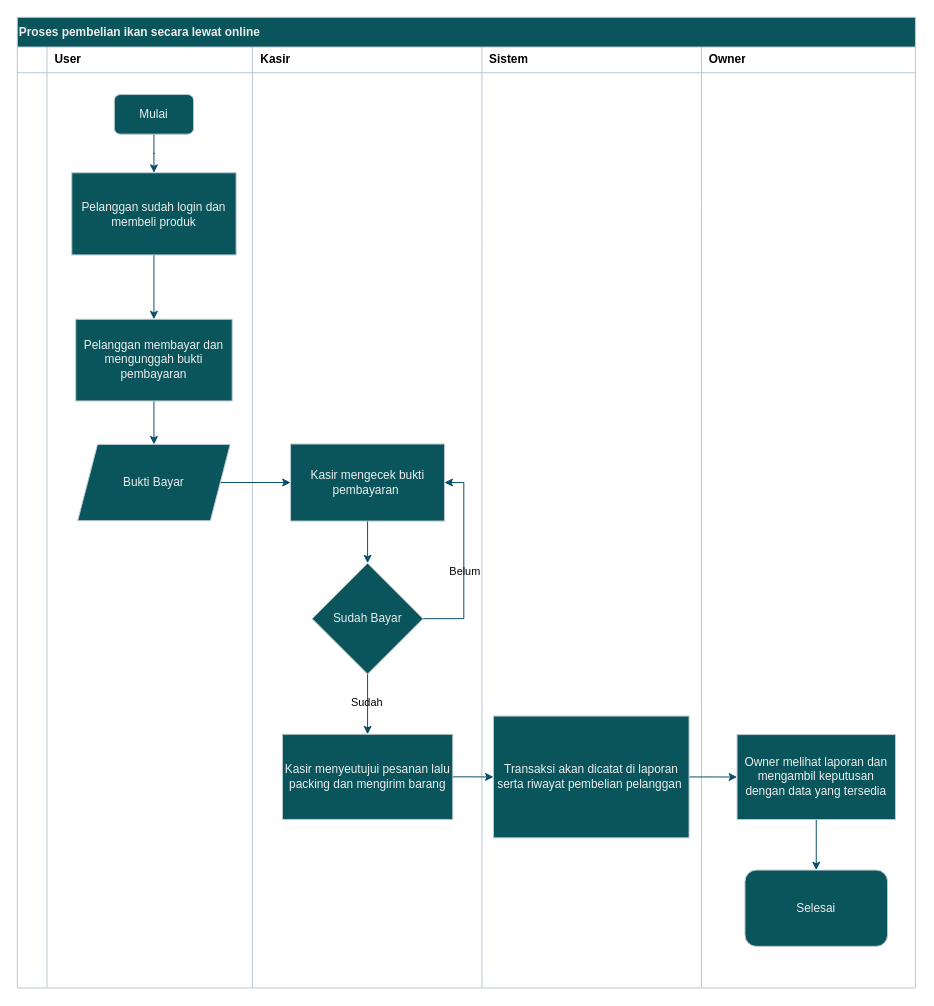
Above: beli onlien.drawio in shinoaaa/drawio (draw.io), before the change. Source tidied: cells renumbered, new cells numbered last; positions are measured from the earlier drawing's top-left corner, leaving out a move shared by most shapes. Both pictures are drawn from the tidied source at 99%, with x=0, y=0 at pixel (17, 17).
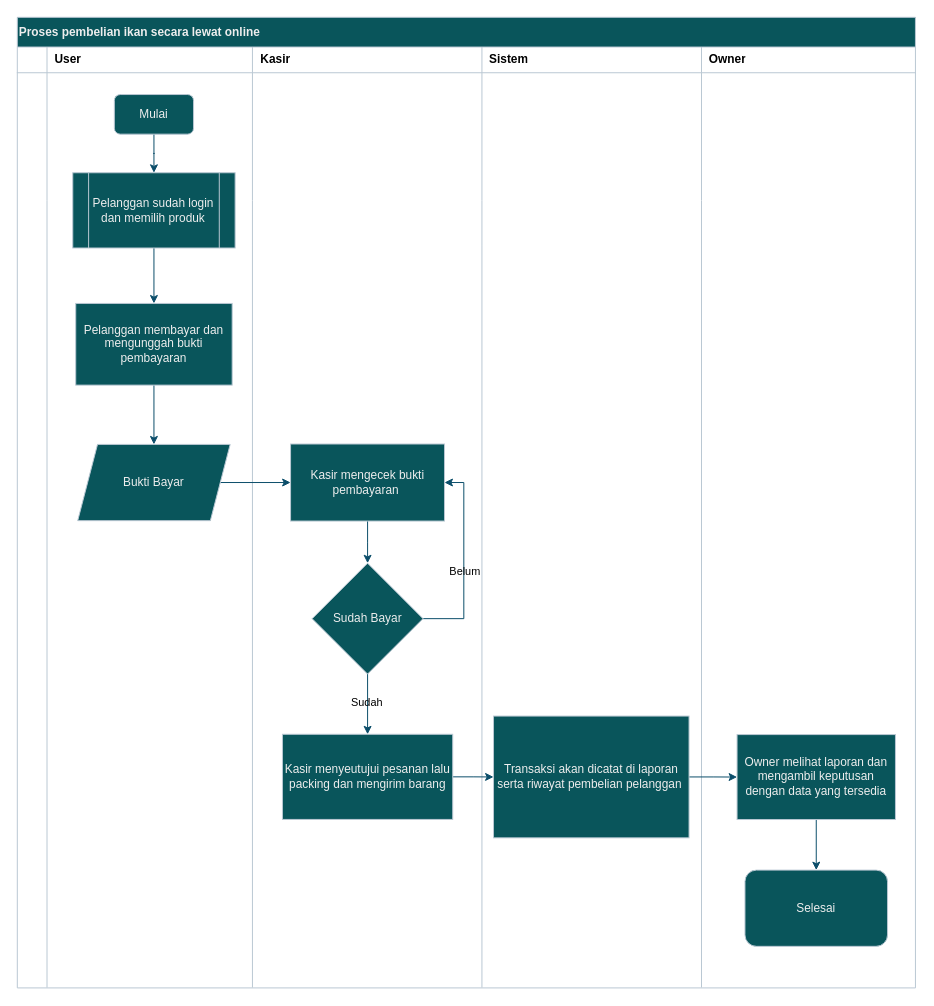
After the change.

The change refers to these unchanged cells:
```xml
<mxCell id="28" value="&lt;font&gt;Mulai&lt;/font&gt;" style="rounded=1;whiteSpace=wrap;html=1;fillColor=#09555B;fontColor=#EEEEEE;strokeColor=#BAC8D3;labelBackgroundColor=none;" parent="1" vertex="1">
  <mxGeometry x="98" y="78" width="80" height="40" as="geometry" />
</mxCell>
```

Change to the diagram source:
```diff
@@
-    <mxCell id="27" style="edgeStyle=orthogonalEdgeStyle;rounded=0;jettySize=auto;html=1;entryX=0.5;entryY=0;entryDx=0;entryDy=0;strokeColor=#0B4D6A;" parent="1" edge="1" source="28" target="30">
+    <mxCell id="27" style="edgeStyle=orthogonalEdgeStyle;rounded=0;jettySize=auto;html=1;strokeColor=#0B4D6A;entryX=0.5;entryY=0;entryDx=0;entryDy=0;" parent="1" edge="1" source="28" target="49">
       <mxGeometry relative="1" as="geometry" />
     </mxCell>
@@
-    <mxCell id="29" style="edgeStyle=orthogonalEdgeStyle;rounded=0;jettySize=auto;html=1;entryX=0.5;entryY=0;entryDx=0;entryDy=0;strokeColor=#0B4D6A;" parent="1" edge="1" source="30" target="32">
+    <mxCell id="29" style="edgeStyle=orthogonalEdgeStyle;rounded=0;jettySize=auto;html=1;entryX=0.5;entryY=0;entryDx=0;entryDy=0;strokeColor=#0B4D6A;exitX=0.5;exitY=1;exitDx=0;exitDy=0;" parent="1" edge="1" source="49" target="32">
       <mxGeometry relative="1" as="geometry" />
     </mxCell>
-    <mxCell id="30" value="Pelanggan sudah login dan membeli produk" style="rounded=0;whiteSpace=wrap;html=1;strokeColor=#BAC8D3;fontColor=#EEEEEE;fillColor=#09555B;labelBackgroundColor=none;" parent="1" vertex="1">
-      <mxGeometry x="55" y="157" width="166" height="83" as="geometry" />
-    </mxCell>
@@
     <mxCell id="32" value="Pelanggan membayar dan mengunggah bukti pembayaran" style="rounded=0;whiteSpace=wrap;html=1;strokeColor=#BAC8D3;fontColor=#EEEEEE;fillColor=#09555B;labelBackgroundColor=none;" parent="1" vertex="1">
-      <mxGeometry x="59" y="305" width="158" height="82.5" as="geometry" />
+      <mxGeometry x="59" y="289" width="158" height="82.5" as="geometry" />
     </mxCell>
@@
+    <mxCell id="49" value="Pelanggan sudah login dan memilih produk" style="shape=process;whiteSpace=wrap;html=1;backgroundOutline=1;strokeColor=#BAC8D3;fontColor=#EEEEEE;fillColor=#09555B;" parent="1" vertex="1">
+      <mxGeometry x="56" y="157" width="164" height="76" as="geometry" />
+    </mxCell>
```
